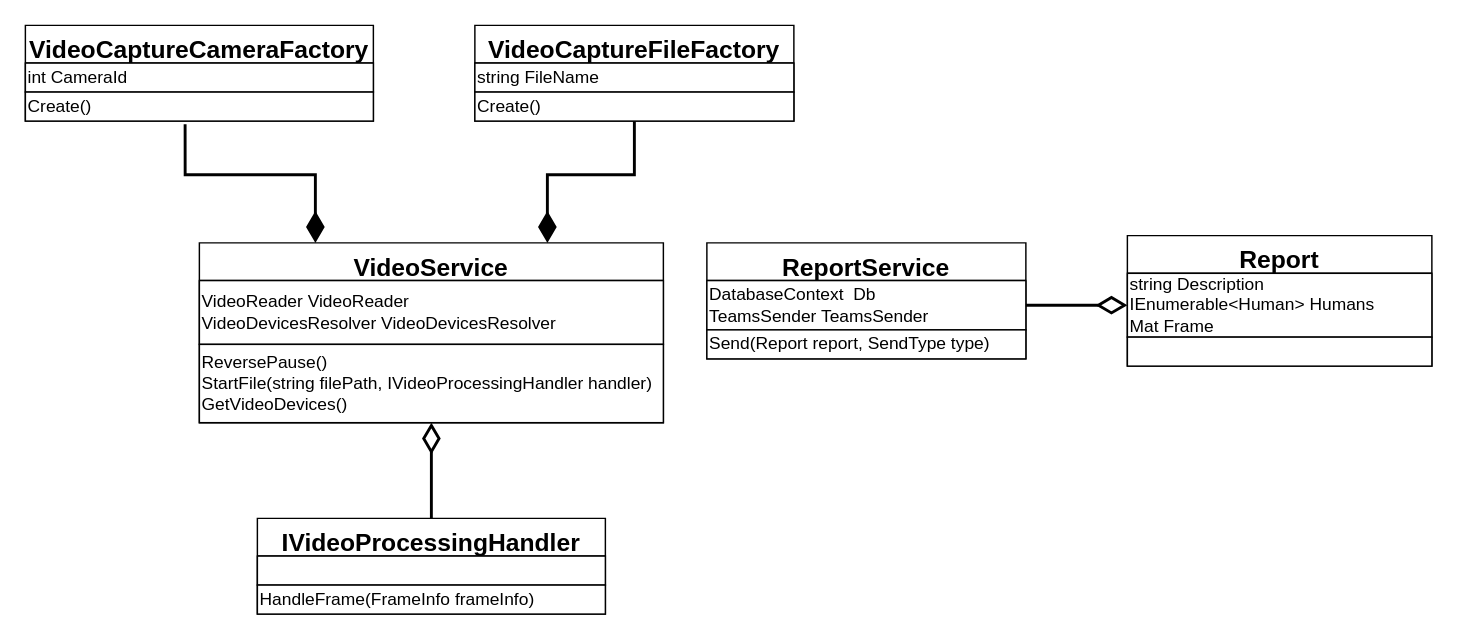
Above: page "Services" (5 of 11) of Engineering/Packets-detailed.drawio in GoldGreen/Skeletonization (draw.io), before the change. Source tidied: cells renumbered, new cells numbered last; positions are measured from the earlier drawing's top-left corner, leaving out a move shared by most shapes. Both pictures are drawn from the tidied source at 145%, with x=0, y=0 at pixel (25, 25).
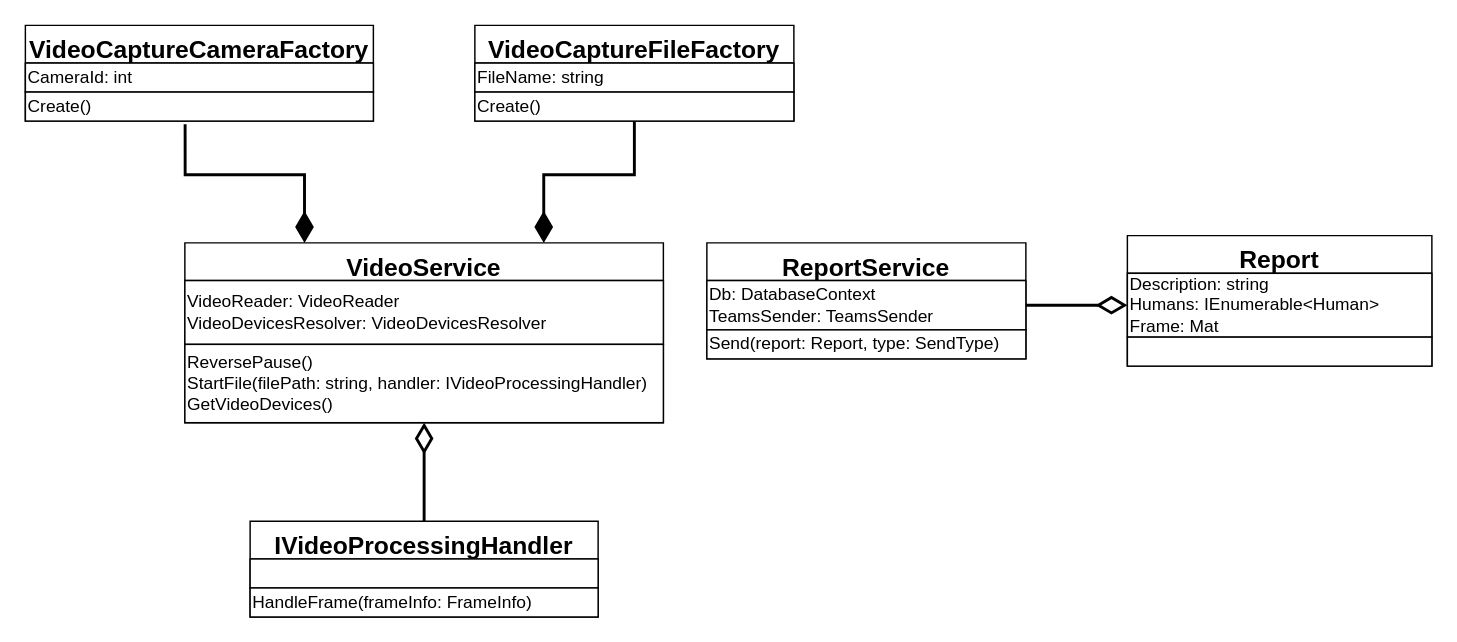
After the change.

The change refers to these unchanged cells:
```xml
<mxCell id="8" value="VideoCaptureCameraFactory" style="swimlane;fontStyle=1;align=center;verticalAlign=top;horizontal=1;startSize=26;fontSize=17;" parent="1" vertex="1">
  <mxGeometry width="240" height="66" as="geometry" />
</mxCell>
<mxCell id="11" value="VideoCaptureFileFactory" style="swimlane;fontStyle=1;align=center;verticalAlign=top;horizontal=1;startSize=26;fontSize=17;" parent="1" vertex="1">
  <mxGeometry x="310" width="220" height="66" as="geometry" />
</mxCell>
<mxCell id="17" value="ReportService" style="swimlane;fontStyle=1;align=center;verticalAlign=top;horizontal=1;startSize=26;fontSize=17;" parent="1" vertex="1">
  <mxGeometry x="470" y="150" width="220" height="80" as="geometry" />
</mxCell>
<mxCell id="20" value="Report" style="swimlane;fontStyle=1;align=center;verticalAlign=top;horizontal=1;startSize=26;fontSize=17;" parent="1" vertex="1">
  <mxGeometry x="760" y="145" width="210" height="90" as="geometry" />
</mxCell>
```

The edit, as a diff of the source:
```diff
@@
     <mxCell id="5" value="VideoService" style="swimlane;fontStyle=1;align=center;verticalAlign=top;horizontal=1;startSize=26;fontSize=17;" parent="1" vertex="1">
-      <mxGeometry x="120" y="150" width="320" height="124" as="geometry" />
+      <mxGeometry x="110" y="150" width="330" height="124" as="geometry" />
     </mxCell>
-    <mxCell id="6" value="VideoReader VideoReader&lt;br&gt;VideoDevicesResolver VideoDevicesResolver" style="rounded=0;whiteSpace=wrap;html=1;fontFamily=Helvetica;fontSize=12;fontColor=default;startSize=26;strokeColor=default;fillColor=default;align=left;" parent="5" vertex="1">
-      <mxGeometry y="26" width="320" height="44" as="geometry" />
+    <mxCell id="6" value="VideoReader: VideoReader&lt;br&gt;VideoDevicesResolver: VideoDevicesResolver" style="rounded=0;whiteSpace=wrap;html=1;fontFamily=Helvetica;fontSize=12;fontColor=default;startSize=26;strokeColor=default;fillColor=default;align=left;" parent="5" vertex="1">
+      <mxGeometry y="26" width="330" height="44" as="geometry" />
     </mxCell>
-    <mxCell id="7" value="&lt;span&gt;ReversePause()&lt;/span&gt;&lt;br&gt;&lt;span&gt;StartFile(string filePath, IVideoProcessingHandler handler)&lt;/span&gt;&lt;br&gt;&lt;span&gt;GetVideoDevices()&lt;/span&gt;" style="rounded=0;whiteSpace=wrap;html=1;fontFamily=Helvetica;fontSize=12;fontColor=default;startSize=26;strokeColor=default;fillColor=default;align=left;" parent="5" vertex="1">
-      <mxGeometry y="70" width="320" height="54" as="geometry" />
+    <mxCell id="7" value="&lt;span&gt;ReversePause()&lt;/span&gt;&lt;br&gt;&lt;span&gt;StartFile(&lt;/span&gt;filePath:&amp;nbsp;&lt;span&gt;string, handler:&amp;nbsp;&lt;/span&gt;IVideoProcessingHandler&lt;span&gt;)&lt;/span&gt;&lt;br&gt;&lt;span&gt;GetVideoDevices()&lt;/span&gt;" style="rounded=0;whiteSpace=wrap;html=1;fontFamily=Helvetica;fontSize=12;fontColor=default;startSize=26;strokeColor=default;fillColor=default;align=left;" parent="5" vertex="1">
+      <mxGeometry y="70" width="330" height="54" as="geometry" />
     </mxCell>
@@
-    <mxCell id="9" value="int CameraId&amp;nbsp;" style="rounded=0;whiteSpace=wrap;html=1;fontFamily=Helvetica;fontSize=12;fontColor=default;startSize=26;strokeColor=default;fillColor=default;align=left;" parent="8" vertex="1">
+    <mxCell id="9" value="CameraId: int&amp;nbsp;" style="rounded=0;whiteSpace=wrap;html=1;fontFamily=Helvetica;fontSize=12;fontColor=default;startSize=26;strokeColor=default;fillColor=default;align=left;" parent="8" vertex="1">
       <mxGeometry y="26" width="240" height="20" as="geometry" />
     </mxCell>
@@
-    <mxCell id="12" value="string FileName" style="rounded=0;whiteSpace=wrap;html=1;fontFamily=Helvetica;fontSize=12;fontColor=default;startSize=26;strokeColor=default;fillColor=default;align=left;" parent="11" vertex="1">
+    <mxCell id="12" value="FileName: string&amp;nbsp;" style="rounded=0;whiteSpace=wrap;html=1;fontFamily=Helvetica;fontSize=12;fontColor=default;startSize=26;strokeColor=default;fillColor=default;align=left;" parent="11" vertex="1">
       <mxGeometry y="26" width="220" height="20" as="geometry" />
     </mxCell>
@@
     <mxCell id="14" value="IVideoProcessingHandler" style="swimlane;fontStyle=1;align=center;verticalAlign=top;horizontal=1;startSize=26;fontSize=17;" parent="1" vertex="1">
-      <mxGeometry x="160" y="340" width="240" height="66" as="geometry" />
+      <mxGeometry x="155" y="342" width="240" height="66" as="geometry" />
     </mxCell>
@@
-    <mxCell id="16" value="HandleFrame(FrameInfo frameInfo)" style="rounded=0;whiteSpace=wrap;html=1;fontFamily=Helvetica;fontSize=12;fontColor=default;startSize=26;strokeColor=default;fillColor=default;align=left;" parent="14" vertex="1">
+    <mxCell id="16" value="HandleFrame(frameInfo: FrameInfo)" style="rounded=0;whiteSpace=wrap;html=1;fontFamily=Helvetica;fontSize=12;fontColor=default;startSize=26;strokeColor=default;fillColor=default;align=left;" parent="14" vertex="1">
       <mxGeometry y="46" width="240" height="20" as="geometry" />
     </mxCell>
@@
-    <mxCell id="18" value="DatabaseContext&amp;nbsp; Db&lt;br&gt;TeamsSender TeamsSender" style="rounded=0;whiteSpace=wrap;html=1;fontFamily=Helvetica;fontSize=12;fontColor=default;startSize=26;strokeColor=default;fillColor=default;align=left;" parent="17" vertex="1">
+    <mxCell id="18" value="Db: DatabaseContext&amp;nbsp;&lt;br&gt;TeamsSender: TeamsSender" style="rounded=0;whiteSpace=wrap;html=1;fontFamily=Helvetica;fontSize=12;fontColor=default;startSize=26;strokeColor=default;fillColor=default;align=left;" parent="17" vertex="1">
       <mxGeometry y="26" width="220" height="34" as="geometry" />
     </mxCell>
-    <mxCell id="19" value="Send(Report report, SendType type)" style="rounded=0;whiteSpace=wrap;html=1;fontFamily=Helvetica;fontSize=12;fontColor=default;startSize=26;strokeColor=default;fillColor=default;align=left;" parent="17" vertex="1">
+    <mxCell id="19" value="Send(report: Report, type: SendType)" style="rounded=0;whiteSpace=wrap;html=1;fontFamily=Helvetica;fontSize=12;fontColor=default;startSize=26;strokeColor=default;fillColor=default;align=left;" parent="17" vertex="1">
       <mxGeometry y="60" width="220" height="20" as="geometry" />
     </mxCell>
@@
-    <mxCell id="21" value="string Description&lt;br&gt;IEnumerable&amp;lt;Human&amp;gt; Humans&lt;br&gt;Mat Frame" style="rounded=0;whiteSpace=wrap;html=1;fontFamily=Helvetica;fontSize=12;fontColor=default;startSize=26;strokeColor=default;fillColor=default;align=left;" parent="20" vertex="1">
+    <mxCell id="21" value="Description: string&lt;br&gt;Humans: IEnumerable&amp;lt;Human&amp;gt;&lt;br&gt;Frame: Mat" style="rounded=0;whiteSpace=wrap;html=1;fontFamily=Helvetica;fontSize=12;fontColor=default;startSize=26;strokeColor=default;fillColor=default;align=left;" parent="20" vertex="1">
       <mxGeometry y="26" width="210" height="44" as="geometry" />
     </mxCell>
```
